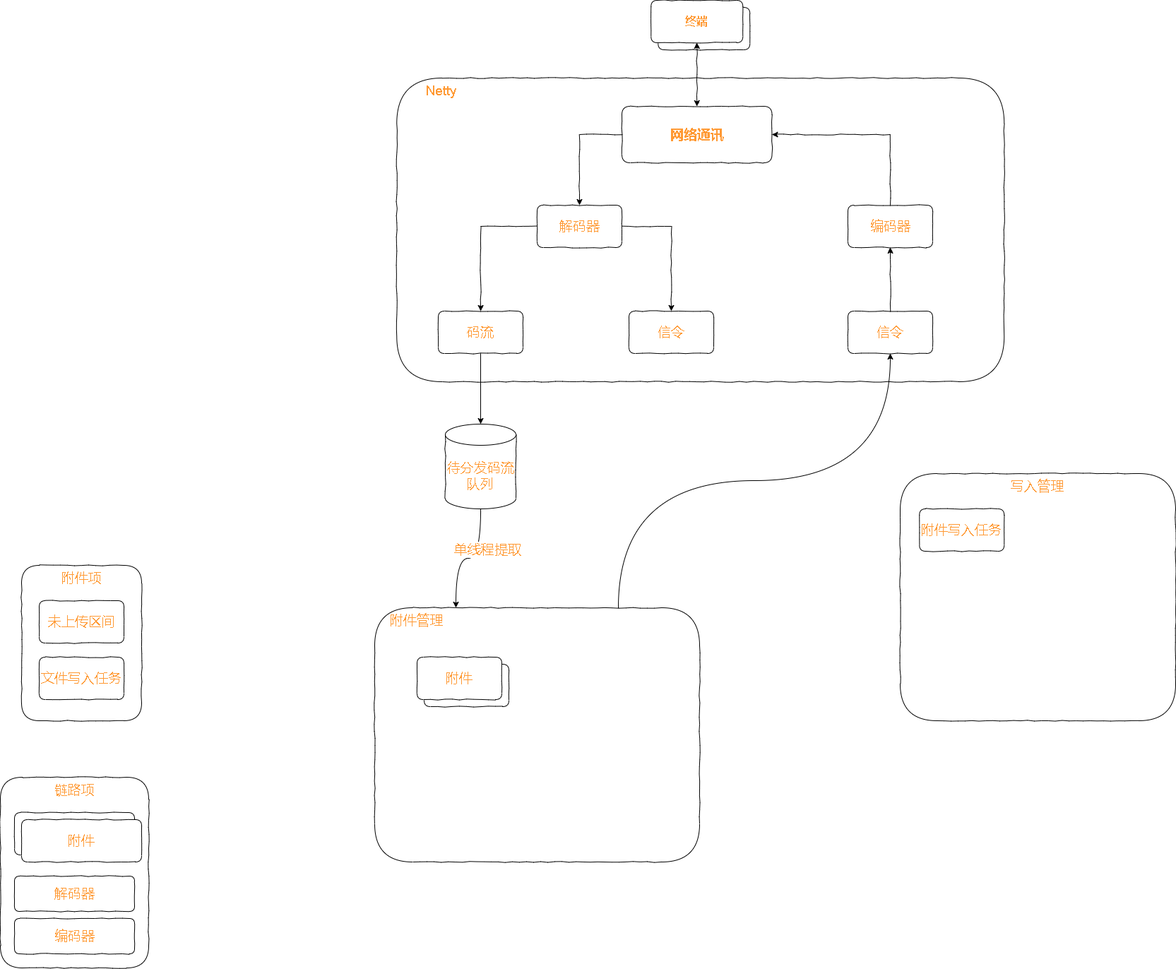
Above: test.drawio.png in xktder/draw (draw.io), before the change. Source tidied: cells renumbered, new cells last; positions are measured from the earlier drawing's top-left corner, leaving out a move shared by most shapes.
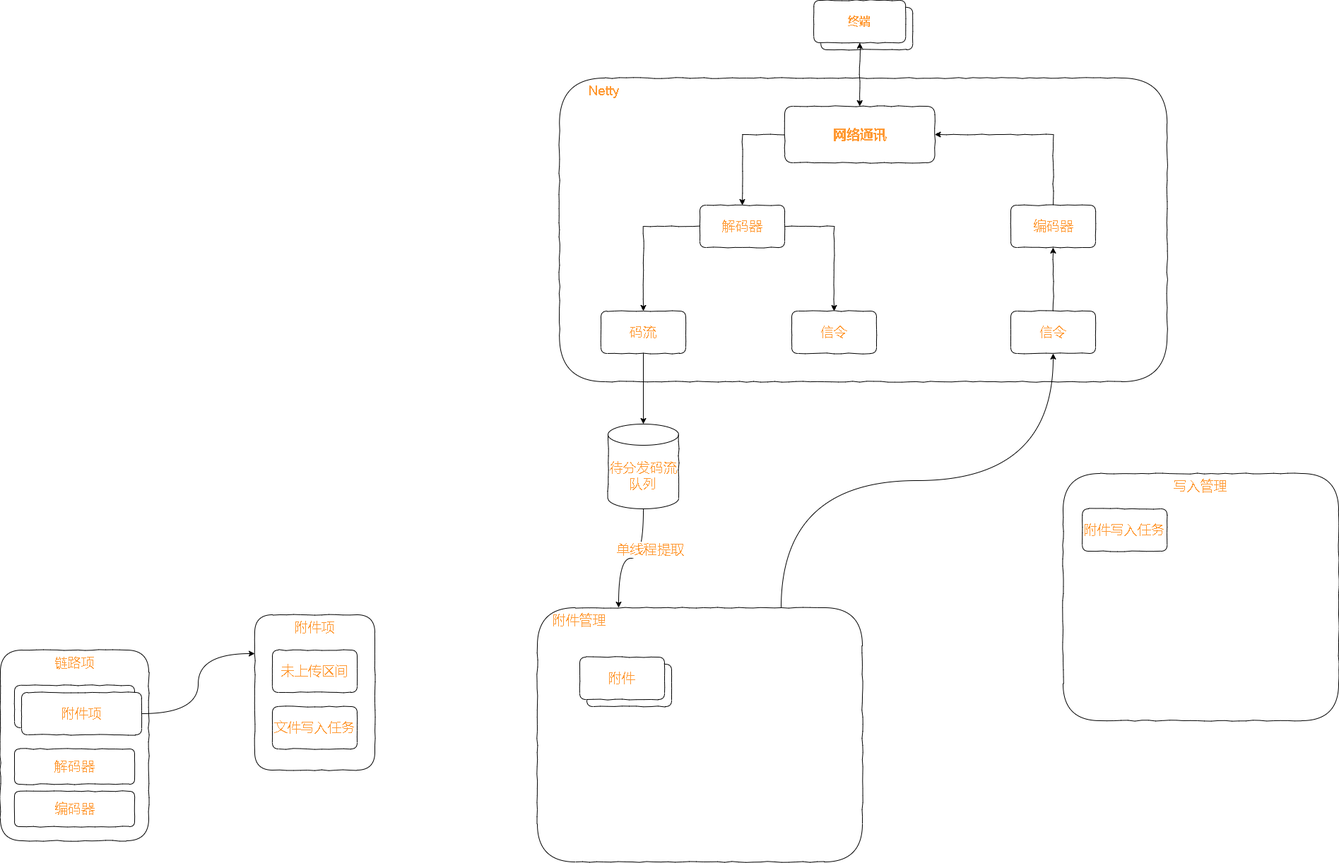
Later version of the same file.

Change to the diagram source:
```diff
@@ -84,7 +84,7 @@
       <mxGeometry x="630" y="600" width="100" height="120" as="geometry" />
     </mxCell>
     <mxCell id="29" style="group;" parent="1" vertex="1">
-      <mxGeometry x="30" y="800" width="170" height="220" as="geometry" />
+      <mxGeometry x="130" y="870" width="170" height="220" as="geometry" />
     </mxCell>
     <mxCell id="30" value="附件项" style="rounded=1;whiteSpace=wrap;html=1;comic=1;fontSize=19;fontColor=#FF9933;strokeColor=default;gradientColor=none;verticalAlign=top;" parent="29" vertex="1">
       <mxGeometry width="170" height="220" as="geometry" />
@@ -95,23 +95,29 @@
     <mxCell id="32" value="文件写入任务" style="rounded=1;whiteSpace=wrap;html=1;comic=1;fontSize=19;fontColor=#FF9933;strokeColor=default;gradientColor=none;" parent="29" vertex="1">
       <mxGeometry x="25" y="130" width="120" height="60" as="geometry" />
     </mxCell>
+    <mxCell id="39" style="group;" parent="1" vertex="1">
+      <mxGeometry x="-230" y="920" width="210" height="270" as="geometry" />
+    </mxCell>
-    <mxCell id="33" value="链路项" style="rounded=1;whiteSpace=wrap;html=1;comic=1;fontSize=19;fontColor=#FF9933;strokeColor=default;gradientColor=none;verticalAlign=top;" parent="1" vertex="1">
-      <mxGeometry y="1100" width="210" height="270" as="geometry" />
+    <mxCell id="33" value="链路项" style="rounded=1;whiteSpace=wrap;html=1;comic=1;fontSize=19;fontColor=#FF9933;strokeColor=default;gradientColor=none;verticalAlign=top;" parent="39" vertex="1">
+      <mxGeometry width="210" height="270" as="geometry" />
     </mxCell>
-    <mxCell id="34" style="group;" parent="1" vertex="1">
-      <mxGeometry x="20" y="1150" width="180" height="70" as="geometry" />
+    <mxCell id="34" style="group;" parent="39" vertex="1">
+      <mxGeometry x="20" y="50" width="180" height="70" as="geometry" />
     </mxCell>
     <mxCell id="35" value="附件" style="rounded=1;whiteSpace=wrap;html=1;comic=1;fontSize=19;fontColor=#FF9933;strokeColor=default;gradientColor=none;" parent="34" vertex="1">
       <mxGeometry width="170" height="60" as="geometry" />
     </mxCell>
-    <mxCell id="36" value="附件" style="rounded=1;whiteSpace=wrap;html=1;comic=1;fontSize=19;fontColor=#FF9933;strokeColor=default;gradientColor=none;" parent="34" vertex="1">
+    <mxCell id="36" value="附件项" style="rounded=1;whiteSpace=wrap;html=1;comic=1;fontSize=19;fontColor=#FF9933;strokeColor=default;gradientColor=none;" parent="34" vertex="1">
       <mxGeometry x="10" y="10" width="170" height="60" as="geometry" />
     </mxCell>
-    <mxCell id="37" value="解码器" style="rounded=1;whiteSpace=wrap;html=1;comic=1;fontSize=19;fontColor=#FF9933;strokeColor=default;gradientColor=none;" parent="1" vertex="1">
-      <mxGeometry x="20" y="1240" width="170" height="50" as="geometry" />
+    <mxCell id="37" value="解码器" style="rounded=1;whiteSpace=wrap;html=1;comic=1;fontSize=19;fontColor=#FF9933;strokeColor=default;gradientColor=none;" parent="39" vertex="1">
+      <mxGeometry x="20" y="140" width="170" height="50" as="geometry" />
     </mxCell>
-    <mxCell id="38" value="编码器" style="rounded=1;whiteSpace=wrap;html=1;comic=1;fontSize=19;fontColor=#FF9933;strokeColor=default;gradientColor=none;" parent="1" vertex="1">
-      <mxGeometry x="20" y="1300" width="170" height="50" as="geometry" />
+    <mxCell id="38" value="编码器" style="rounded=1;whiteSpace=wrap;html=1;comic=1;fontSize=19;fontColor=#FF9933;strokeColor=default;gradientColor=none;" parent="39" vertex="1">
+      <mxGeometry x="20" y="200" width="170" height="50" as="geometry" />
     </mxCell>
+    <mxCell id="40" style="edgeStyle=orthogonalEdgeStyle;curved=1;rounded=0;comic=0;jettySize=auto;html=1;exitX=1;exitY=0.5;exitDx=0;exitDy=0;entryX=0;entryY=0.25;entryDx=0;entryDy=0;fontSize=19;fontColor=#FF9933;startArrow=none;startFill=0;endArrow=classic;endFill=1;" parent="1" edge="1" source="36" target="30">
+      <mxGeometry relative="1" as="geometry" />
+    </mxCell>
   </root>
 </mxGraphModel>
```
